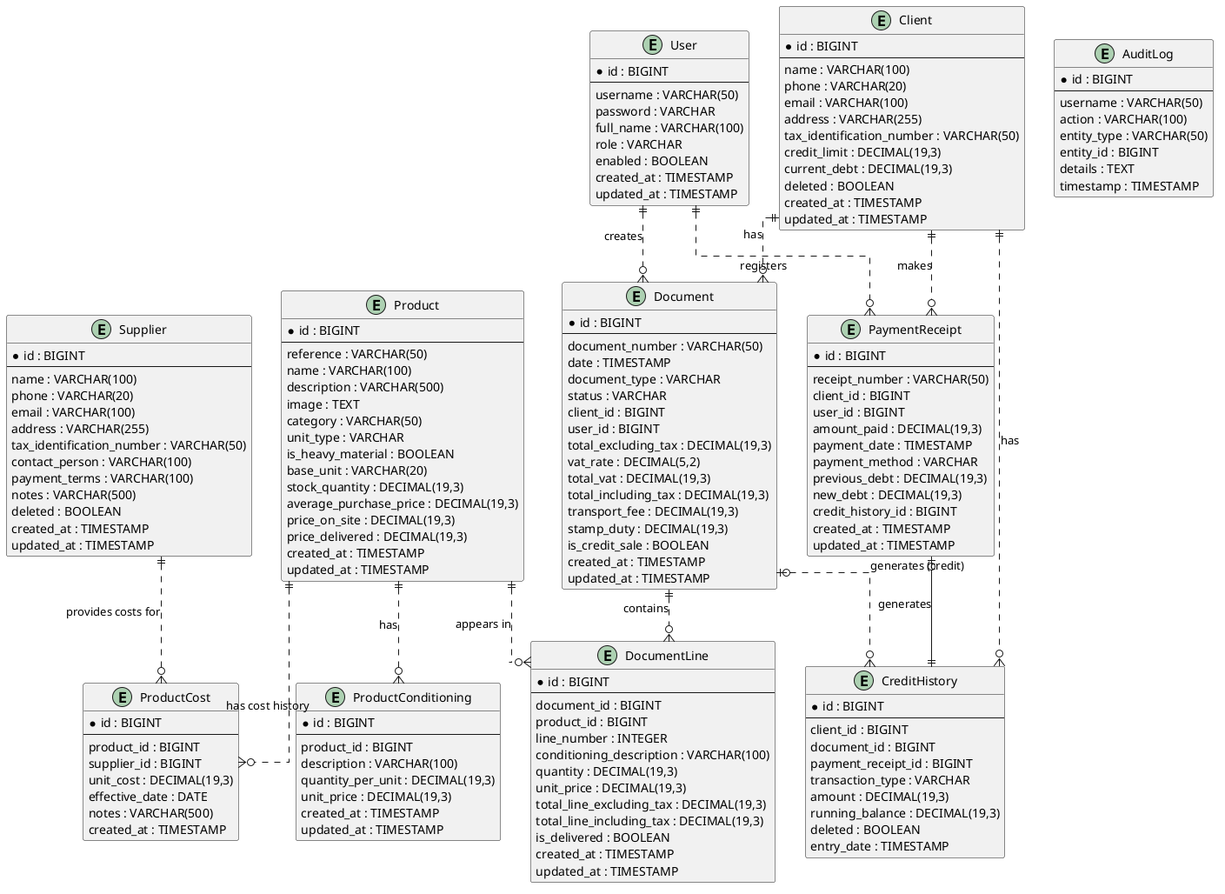
Before: docs/images/Hardware-Store-Entity-Relationships.png, a diagram exported from PlantUML (mAmineChniti/hardware_store).
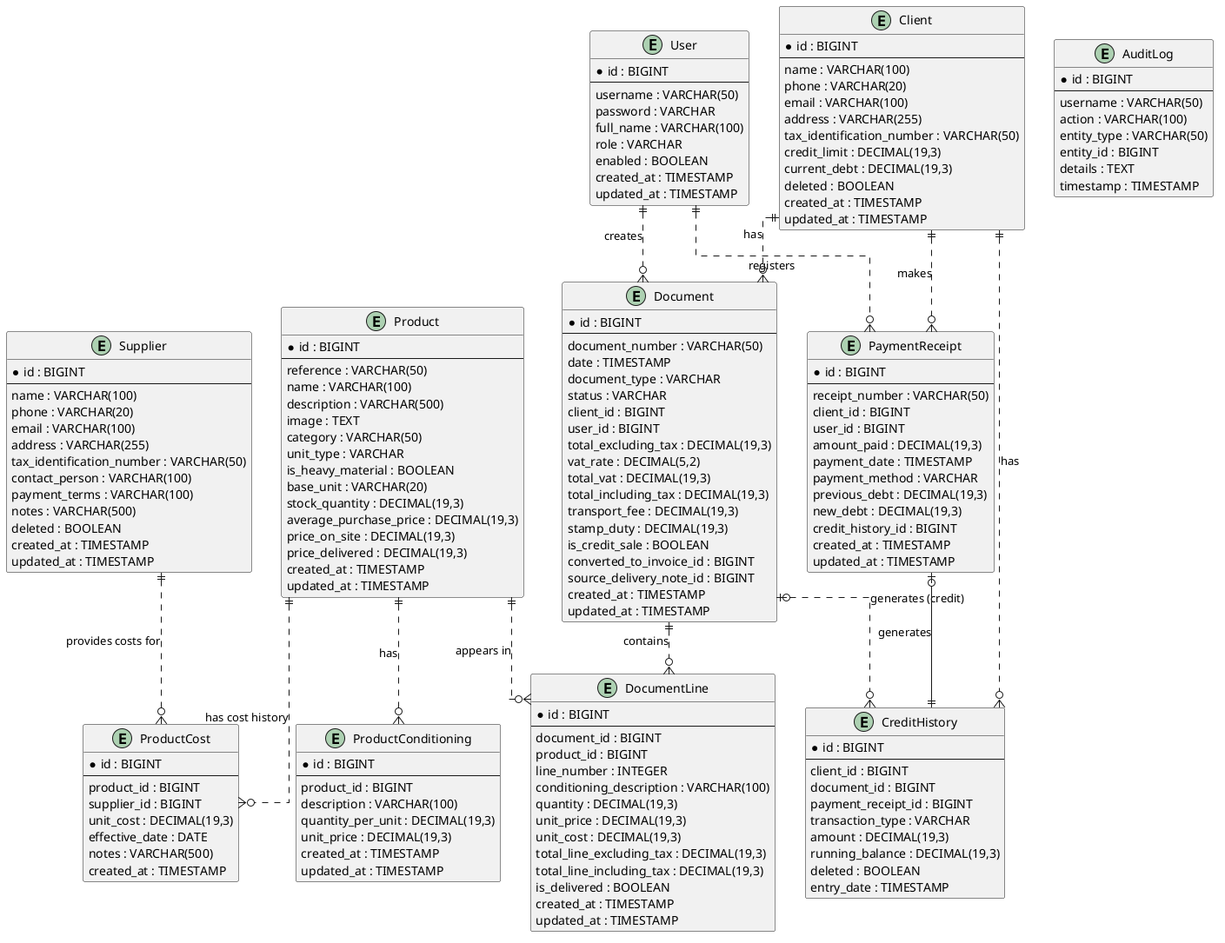
Above is the later version.

Change to the diagram source:
```diff
@@ -102,6 +102,8 @@
   transport_fee : DECIMAL(19,3)
   stamp_duty : DECIMAL(19,3)
   is_credit_sale : BOOLEAN
+  converted_to_invoice_id : BIGINT
+  source_delivery_note_id : BIGINT
   created_at : TIMESTAMP
   updated_at : TIMESTAMP
 }
@@ -115,6 +117,7 @@
   conditioning_description : VARCHAR(100)
   quantity : DECIMAL(19,3)
   unit_price : DECIMAL(19,3)
+  unit_cost : DECIMAL(19,3)
   total_line_excluding_tax : DECIMAL(19,3)
   total_line_including_tax : DECIMAL(19,3)
   is_delivered : BOOLEAN
```
